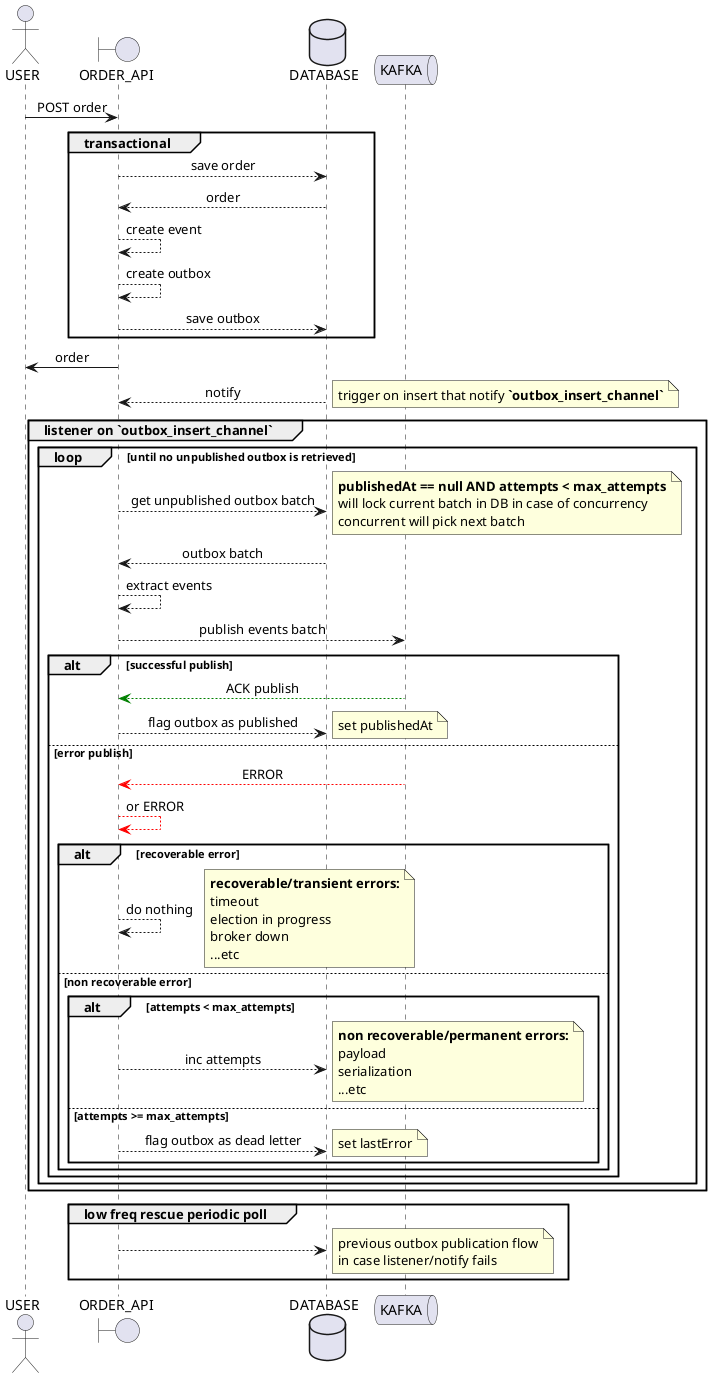
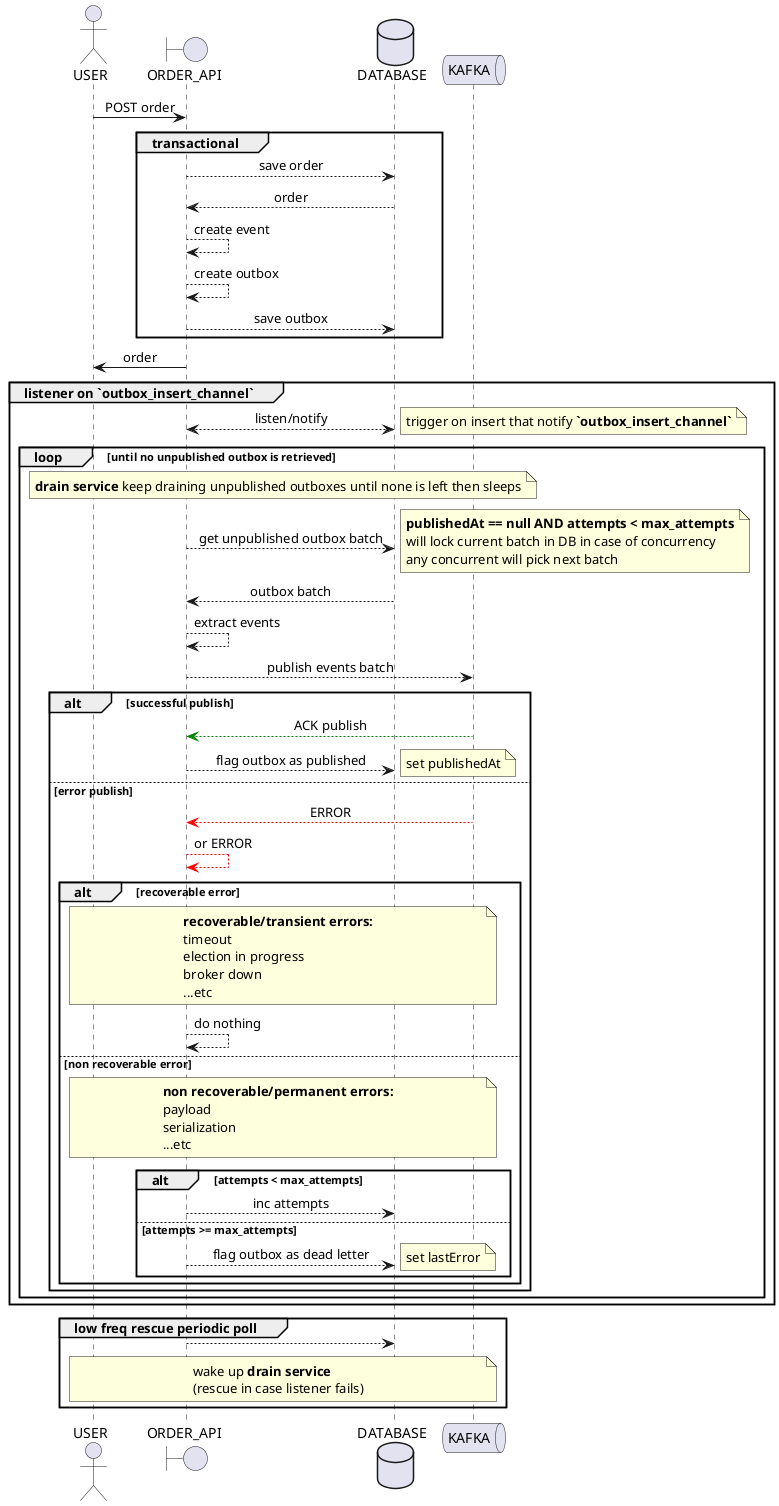
@startuml
skinparam sequenceMessageAlign center

actor USER as U
boundary ORDER_API as API
database DATABASE as DB
- queue KAFKA
+ queue KAFKA as K

U -> API : POST order
group transactional
    API --> DB : save order
    DB --> API : order
    API --> API : create event
    API --> API : create outbox
    API --> DB : save outbox
end
API -> U : order

- DB --> API: notify
- note right: trigger on insert that notify **`outbox_insert_channel`**
- 
group listener on `outbox_insert_channel`
+     API <--> DB: listen/notify
+     note right: trigger on insert that notify **`outbox_insert_channel`**
    loop until no unpublished outbox is retrieved
+         note across: **drain service** keep draining unpublished outboxes until none is left then sleeps
        API --> DB : get unpublished outbox batch
-         note right: **publishedAt == null AND attempts < max_attempts**\nwill lock current batch in DB in case of concurrency\nconcurrent will pick next batch
+         note right: **publishedAt == null AND attempts < max_attempts**\nwill lock current batch in DB in case of concurrency\nany concurrent will pick next batch
        DB --> API : outbox batch
        API --> API : extract events
-         API --> KAFKA : publish events batch
+         API --> K : publish events batch
        alt successful publish
-             KAFKA -[#green]-> API : ACK publish
+             K -[#green]-> API : ACK publish
            API --> DB : flag outbox as published
            note right: set publishedAt
        else error publish
-             KAFKA -[#red]-> API : ERROR
+             K -[#red]-> API : ERROR
            API -[#red]-> API : or ERROR
            alt recoverable error
-                 API --> API : do nothing
-                 note right
+                 note across
                    **recoverable/transient errors:**
                    timeout
                    election in progress
                    broker down
                    ...etc
                end note
+                 API --> API : do nothing
            else non recoverable error
+                 note across
+                     **non recoverable/permanent errors:**
+                     payload
+                     serialization
+                     ...etc
+                 end note
                alt attempts < max_attempts
                    API --> DB : inc attempts
-                     note right
-                         **non recoverable/permanent errors:**
-                         payload
-                         serialization
-                         ...etc
-                     end note
                else attempts >= max_attempts
                    API --> DB : flag outbox as dead letter
                    note right: set lastError
                end
            end
        end
    end
end

group low freq rescue periodic poll
-       API --> DB
-       note right: previous outbox publication flow\nin case listener/notify fails
+     API --> DB
+     note across: wake up **drain service**\n(rescue in case listener fails)
end
@enduml
